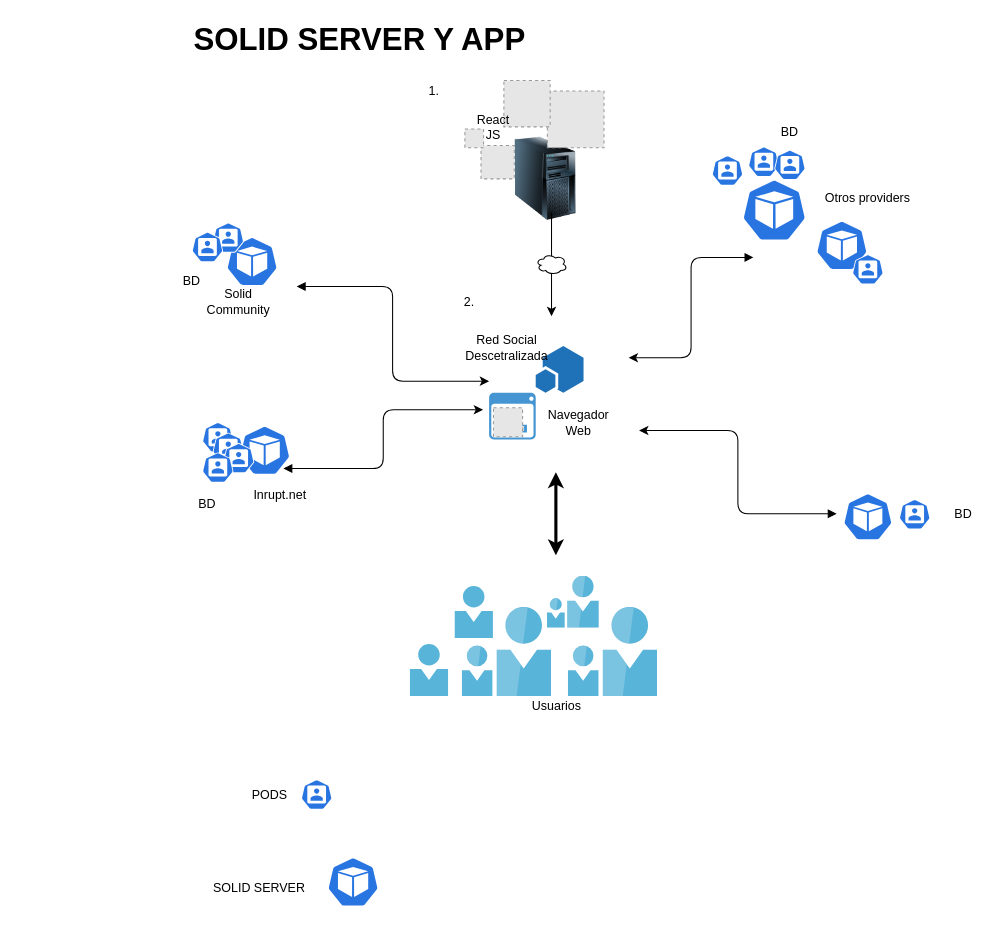
This is page "DIAGRAMA DEL PROYECTO" (1 of 5) of Docs/Untitled Diagram.drawio from MONISANCHEZ10/SOLID, a draw.io file, before an edit. Source tidied: cells renumbered, new cells numbered last; positions are measured from the earlier drawing's top-left corner, leaving out a move shared by most shapes. Both pictures are drawn from the tidied source at 104%, with x=0, y=0 at pixel (18, 18). Pictures stored in the file or linked from it are replaced by grey dashed boxes.
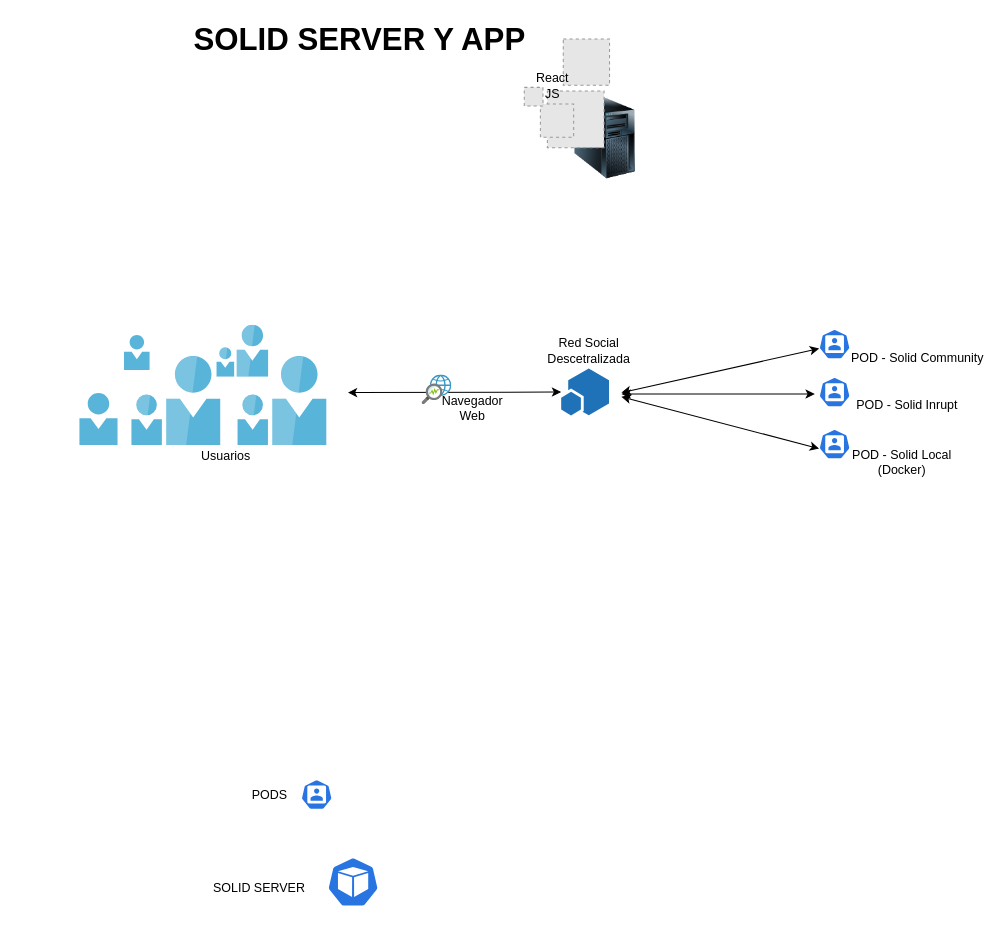
After the change.

Diff of the diagram source:
```diff
@@
-    <mxCell id="2" style="html=1;dashed=0;whitespace=wrap;fillColor=#2875E2;strokeColor=#ffffff;points=[[0.005,0.63,0],[0.1,0.2,0],[0.9,0.2,0],[0.5,0,0],[0.995,0.63,0],[0.72,0.99,0],[0.5,1,0],[0.28,0.99,0]];shape=mxgraph.kubernetes.icon;prIcon=pod;" parent="1" vertex="1">
-      <mxGeometry x="212" y="391.5" width="50" height="48" as="geometry" />
-    </mxCell>
@@
-    <mxCell id="4" style="html=1;dashed=0;whitespace=wrap;fillColor=#2875E2;strokeColor=#ffffff;shape=mxgraph.kubernetes.icon;prIcon=pod;" parent="1" vertex="1">
-      <mxGeometry x="767" y="194.5" width="50" height="48" as="geometry" />
-    </mxCell>
-    <mxCell id="5" style="html=1;dashed=0;whitespace=wrap;fillColor=#2875E2;strokeColor=#ffffff;shape=mxgraph.kubernetes.icon;prIcon=pod;" parent="1" vertex="1">
-      <mxGeometry x="-0.1" y="210" width="450" height="48" as="geometry" />
-    </mxCell>
-    <mxCell id="6" style="html=1;dashed=0;whitespace=wrap;fillColor=#2875E2;strokeColor=#ffffff;shape=mxgraph.kubernetes.icon;prIcon=pod;" parent="1" vertex="1">
-      <mxGeometry x="687" y="154.5" width="80" height="60" as="geometry" />
-    </mxCell>
-    <mxCell id="7" value="Solid Community" style="text;html=1;strokeColor=none;fillColor=none;align=center;verticalAlign=middle;whiteSpace=wrap;rounded=0;" parent="1" vertex="1">
-      <mxGeometry x="192" y="262.5" width="40" height="20" as="geometry" />
+    <mxCell id="7" value="POD - Solid Community" style="text;html=1;strokeColor=none;fillColor=none;align=center;verticalAlign=middle;whiteSpace=wrap;rounded=0;" parent="1" vertex="1">
+      <mxGeometry x="800" y="316.9" width="130" height="20" as="geometry" />
     </mxCell>
-    <mxCell id="8" value="Inrupt.net" style="text;html=1;strokeColor=none;fillColor=none;align=center;verticalAlign=middle;whiteSpace=wrap;rounded=0;" parent="1" vertex="1">
-      <mxGeometry x="232" y="448.5" width="40" height="20" as="geometry" />
-    </mxCell>
-    <mxCell id="9" value="Otros providers" style="text;html=1;strokeColor=none;fillColor=none;align=center;verticalAlign=middle;whiteSpace=wrap;rounded=0;" parent="1" vertex="1">
-      <mxGeometry x="762" y="163" width="110" height="20" as="geometry" />
-    </mxCell>
     <mxCell id="10" style="shadow=0;dashed=0;html=1;strokeColor=none;fillColor=#505050;labelPosition=center;verticalLabelPosition=bottom;verticalAlign=top;outlineConnect=0;align=center;shape=mxgraph.office.concepts.app_part;" parent="1" vertex="1">
-      <mxGeometry x="497.6" y="315.2" width="46" height="45" as="geometry" />
+      <mxGeometry x="522.1" y="336.9" width="46" height="45" as="geometry" />
     </mxCell>
     <mxCell id="11" value="Red Social Descetralizada" style="text;html=1;strokeColor=none;fillColor=none;align=center;verticalAlign=middle;whiteSpace=wrap;rounded=0;" parent="1" vertex="1">
-      <mxGeometry x="449.9" y="306.5" width="40" height="20" as="geometry" />
+      <mxGeometry x="528.6" y="309.9" width="40" height="20" as="geometry" />
     </mxCell>
-    <mxCell id="12" style="shadow=0;dashed=0;html=1;strokeColor=none;fillColor=#4495D1;labelPosition=center;verticalLabelPosition=bottom;verticalAlign=top;align=center;shape=mxgraph.veeam.2d.backup_browser;" parent="1" vertex="1">
-      <mxGeometry x="452.8" y="360.2" width="44.8" height="44.8" as="geometry" />
-    </mxCell>
     <mxCell id="13" value="Navegador Web" style="text;html=1;strokeColor=none;fillColor=none;align=center;verticalAlign=middle;whiteSpace=wrap;rounded=0;" parent="1" vertex="1">
-      <mxGeometry x="518.8" y="378.5" width="40" height="20" as="geometry" />
+      <mxGeometry x="417" y="361" width="40" height="28.5" as="geometry" />
     </mxCell>
@@
-    <mxCell id="15" style="edgeStyle=elbowEdgeStyle;elbow=horizontal;endArrow=classic;html=1;exitX=0.86;exitY=0.865;exitDx=0;exitDy=0;exitPerimeter=0;strokeWidth=1;startArrow=block;startFill=1;" parent="1" edge="1" source="2">
-      <mxGeometry relative="1" as="geometry">
-        <mxPoint x="447" y="376.5" as="targetPoint" />
-      </mxGeometry>
-    </mxCell>
-    <mxCell id="16" style="edgeStyle=elbowEdgeStyle;elbow=horizontal;endArrow=classic;html=1;exitX=0.56;exitY=0.646;exitDx=0;exitDy=0;exitPerimeter=0;strokeWidth=1;startArrow=block;startFill=1;" parent="1" edge="1">
-      <mxGeometry relative="1" as="geometry">
-        <mxPoint x="267.8" y="258" as="sourcePoint" />
-        <mxPoint x="452.8" y="349" as="targetPoint" />
-      </mxGeometry>
-    </mxCell>
-    <mxCell id="17" style="edgeStyle=elbowEdgeStyle;elbow=horizontal;endArrow=classic;html=1;strokeWidth=1;startArrow=block;startFill=1;" parent="1" edge="1">
-      <mxGeometry relative="1" as="geometry">
-        <mxPoint x="707" y="230" as="sourcePoint" />
-        <mxPoint x="587" y="326.5" as="targetPoint" />
-      </mxGeometry>
-    </mxCell>
-    <mxCell id="18" style="edgeStyle=elbowEdgeStyle;elbow=horizontal;endArrow=classic;html=1;strokeWidth=1;startArrow=block;startFill=1;" parent="1" edge="1">
-      <mxGeometry relative="1" as="geometry">
-        <mxPoint x="787" y="476.5" as="sourcePoint" />
-        <mxPoint x="597" y="396.5" as="targetPoint" />
-      </mxGeometry>
-    </mxCell>
     <mxCell id="19" style="html=1;align=center;image;fontSize=12;image=img/lib/mscae/Two_User_Icon.svg;" parent="1" vertex="1">
-      <mxGeometry x="508.8" y="536.5" width="50" height="50" as="geometry" />
+      <mxGeometry x="191" y="295.2" width="50" height="50" as="geometry" />
     </mxCell>
     <mxCell id="20" style="html=1;align=center;image;fontSize=12;image=img/lib/mscae/Two_User_Icon.svg;" parent="1" vertex="1">
-      <mxGeometry x="427" y="566.5" width="85.8" height="85.8" as="geometry" />
+      <mxGeometry x="109.2" y="325.2" width="85.8" height="85.8" as="geometry" />
     </mxCell>
     <mxCell id="21" style="html=1;align=center;image;fontSize=12;image=img/lib/mscae/Two_User_Icon.svg;" parent="1" vertex="1">
-      <mxGeometry x="529" y="566.5" width="85.8" height="85.8" as="geometry" />
+      <mxGeometry x="211.2" y="325.2" width="85.8" height="85.8" as="geometry" />
     </mxCell>
     <mxCell id="22" style="html=1;align=center;image;fontSize=12;image=img/lib/mscae/Person.svg;" parent="1" vertex="1">
-      <mxGeometry x="377" y="602.3" width="37" height="50" as="geometry" />
+      <mxGeometry x="59.2" y="361" width="37" height="50" as="geometry" />
     </mxCell>
     <mxCell id="23" style="html=1;align=center;image;fontSize=12;image=img/lib/mscae/Person.svg;" parent="1" vertex="1">
-      <mxGeometry x="420" y="546.5" width="37" height="50" as="geometry" />
+      <mxGeometry x="102.2" y="305.2" width="24.8" height="33.5" as="geometry" />
     </mxCell>
     <mxCell id="24" style="image;html=1;image=img/lib/clip_art/computers/Server_Tower_128x128.png;" parent="1" vertex="1">
-      <mxGeometry x="467" y="114.5" width="80" height="80" as="geometry" />
+      <mxGeometry x="524.1" y="74.5" width="80" height="80" as="geometry" />
     </mxCell>
-    <mxCell id="25" style="endArrow=classic;html=1;strokeWidth=1;" parent="1" edge="1">
-      <mxGeometry relative="1" as="geometry">
-        <mxPoint x="512.8" y="186.5" as="sourcePoint" />
-        <mxPoint x="512.8" y="286.5" as="targetPoint" />
-      </mxGeometry>
-    </mxCell>
-    <mxCell id="26" style="shape=cloud;html=1;" parent="25" vertex="1">
-      <mxGeometry width="30" height="20" relative="1" as="geometry">
-        <mxPoint x="-15" y="-10" as="offset" />
-      </mxGeometry>
-    </mxCell>
-    <mxCell id="27" style="endArrow=classic;startArrow=classic;html=1;strokeWidth=3;" parent="1" edge="1">
-      <mxGeometry relative="1" as="geometry">
-        <mxPoint x="517" y="516.5" as="sourcePoint" />
-        <mxPoint x="517" y="436.5" as="targetPoint" />
-      </mxGeometry>
-    </mxCell>
     <mxCell id="28" value="Usuarios" style="text;html=1;strokeColor=none;fillColor=none;align=center;verticalAlign=middle;whiteSpace=wrap;rounded=0;" parent="1" vertex="1">
-      <mxGeometry x="497.6" y="652.3" width="40" height="20" as="geometry" />
+      <mxGeometry x="179.8" y="411" width="40" height="20" as="geometry" />
     </mxCell>
-    <mxCell id="29" style="html=1;dashed=0;whitespace=wrap;fillColor=#2875E2;strokeColor=#ffffff;shape=mxgraph.kubernetes.icon;prIcon=user;" parent="1" vertex="1">
-      <mxGeometry x="177" y="386.5" width="30" height="33" as="geometry" />
-    </mxCell>
-    <mxCell id="30" style="html=1;dashed=0;whitespace=wrap;fillColor=#2875E2;strokeColor=#ffffff;shape=mxgraph.kubernetes.icon;prIcon=user;" parent="1" vertex="1">
-      <mxGeometry x="187" y="396.5" width="30" height="33" as="geometry" />
-    </mxCell>
     <mxCell id="31" style="html=1;dashed=0;whitespace=wrap;fillColor=#2875E2;strokeColor=#ffffff;points=[[0.005,0.63,0],[0.1,0.2,0],[0.9,0.2,0],[0.5,0,0],[0.995,0.63,0],[0.72,0.99,0],[0.5,1,0],[0.28,0.99,0]];shape=mxgraph.kubernetes.icon;prIcon=user;" parent="1" vertex="1">
-      <mxGeometry x="197" y="406.5" width="30" height="33" as="geometry" />
+      <mxGeometry x="770" y="296.9" width="30" height="33" as="geometry" />
     </mxCell>
-    <mxCell id="32" style="html=1;dashed=0;whitespace=wrap;fillColor=#2875E2;strokeColor=#ffffff;shape=mxgraph.kubernetes.icon;prIcon=user;" parent="1" vertex="1">
-      <mxGeometry x="177" y="415.5" width="30" height="33" as="geometry" />
-    </mxCell>
-    <mxCell id="33" style="html=1;dashed=0;whitespace=wrap;fillColor=#2875E2;strokeColor=#ffffff;shape=mxgraph.kubernetes.icon;prIcon=user;" parent="1" vertex="1">
-      <mxGeometry x="187" y="194.5" width="30" height="33" as="geometry" />
-    </mxCell>
-    <mxCell id="34" style="html=1;dashed=0;whitespace=wrap;fillColor=#2875E2;strokeColor=#ffffff;shape=mxgraph.kubernetes.icon;prIcon=user;" parent="1" vertex="1">
-      <mxGeometry x="167" y="203.5" width="30" height="33" as="geometry" />
-    </mxCell>
-    <mxCell id="35" style="html=1;dashed=0;whitespace=wrap;fillColor=#2875E2;strokeColor=#ffffff;shape=mxgraph.kubernetes.icon;prIcon=user;" parent="1" vertex="1">
-      <mxGeometry x="702" y="121.5" width="30" height="33" as="geometry" />
-    </mxCell>
-    <mxCell id="36" style="html=1;dashed=0;whitespace=wrap;fillColor=#2875E2;strokeColor=#ffffff;shape=mxgraph.kubernetes.icon;prIcon=user;" parent="1" vertex="1">
-      <mxGeometry x="727" y="124.5" width="30" height="33" as="geometry" />
-    </mxCell>
-    <mxCell id="37" style="html=1;dashed=0;whitespace=wrap;fillColor=#2875E2;strokeColor=#ffffff;shape=mxgraph.kubernetes.icon;prIcon=user;" parent="1" vertex="1">
-      <mxGeometry x="667" y="130" width="30" height="33" as="geometry" />
-    </mxCell>
     <mxCell id="38" style="html=1;dashed=0;whitespace=wrap;fillColor=#2875E2;strokeColor=#ffffff;shape=mxgraph.kubernetes.icon;prIcon=user;" parent="1" vertex="1">
-      <mxGeometry x="802" y="225" width="30" height="33" as="geometry" />
+      <mxGeometry x="770" y="343.1" width="30" height="33" as="geometry" />
     </mxCell>
@@
     <mxCell id="42" style="fillColor=#E6E6E6;strokeColor=#999999;dashed=1;html=1;verticalAlign=top;verticalLabelPosition=bottom;labelBackgroundColor=#ffffff;" parent="1" vertex="1">
-      <mxGeometry x="467" y="60" width="44.5" height="44.5" as="geometry" />
+      <mxGeometry x="524.1" y="20" width="44.5" height="44.5" as="geometry" />
     </mxCell>
     <mxCell id="43" value="React JS" style="text;html=1;strokeColor=none;fillColor=none;align=center;verticalAlign=middle;whiteSpace=wrap;rounded=0;" parent="1" vertex="1">
-      <mxGeometry x="437" y="94.5" width="40" height="20" as="geometry" />
+      <mxGeometry x="494.1" y="54.5" width="40" height="20" as="geometry" />
     </mxCell>
     <mxCell id="44" style="fillColor=#E6E6E6;strokeColor=#999999;dashed=1;html=1;verticalAlign=top;verticalLabelPosition=bottom;labelBackgroundColor=#ffffff;" parent="1" vertex="1">
-      <mxGeometry x="445" y="122.5" width="32" height="32" as="geometry" />
+      <mxGeometry x="502.1" y="82.5" width="32" height="32" as="geometry" />
     </mxCell>
     <mxCell id="45" style="fillColor=#E6E6E6;strokeColor=#999999;dashed=1;html=1;verticalAlign=top;verticalLabelPosition=bottom;labelBackgroundColor=#ffffff;" parent="1" vertex="1">
-      <mxGeometry x="429.5" y="106.5" width="18" height="18" as="geometry" />
+      <mxGeometry x="486.6" y="66.5" width="18" height="18" as="geometry" />
     </mxCell>
@@
-    <mxCell id="47" style="fillColor=#E6E6E6;strokeColor=#999999;dashed=1;html=1;verticalAlign=top;verticalLabelPosition=bottom;labelBackgroundColor=#ffffff;" parent="1" vertex="1">
-      <mxGeometry x="457" y="374.5" width="28" height="28" as="geometry" />
-    </mxCell>
-    <mxCell id="48" value="BD" style="text;html=1;strokeColor=none;fillColor=none;align=center;verticalAlign=middle;whiteSpace=wrap;rounded=0;" parent="1" vertex="1">
-      <mxGeometry x="162" y="456.5" width="40" height="20" as="geometry" />
-    </mxCell>
-    <mxCell id="49" value="BD" style="text;html=1;strokeColor=none;fillColor=none;align=center;verticalAlign=middle;whiteSpace=wrap;rounded=0;" parent="1" vertex="1">
-      <mxGeometry x="147" y="242.5" width="40" height="20" as="geometry" />
-    </mxCell>
-    <mxCell id="50" value="BD" style="text;html=1;strokeColor=none;fillColor=none;align=center;verticalAlign=middle;whiteSpace=wrap;rounded=0;" parent="1" vertex="1">
-      <mxGeometry x="722" y="100" width="40" height="20" as="geometry" />
-    </mxCell>
-    <mxCell id="51" value="BD" style="text;html=1;strokeColor=none;fillColor=none;align=center;verticalAlign=middle;whiteSpace=wrap;rounded=0;" parent="1" vertex="1">
-      <mxGeometry x="889.2" y="467" width="40" height="20" as="geometry" />
-    </mxCell>
-    <mxCell id="52" style="html=1;dashed=0;whitespace=wrap;fillColor=#2875E2;strokeColor=#ffffff;shape=mxgraph.kubernetes.icon;prIcon=pod;" parent="1" vertex="1">
-      <mxGeometry x="777" y="456.5" width="80" height="46" as="geometry" />
-    </mxCell>
     <mxCell id="53" style="html=1;dashed=0;whitespace=wrap;fillColor=#2875E2;strokeColor=#ffffff;points=[[0.005,0.63,0],[0.1,0.2,0],[0.9,0.2,0],[0.5,0,0],[0.995,0.63,0],[0.72,0.99,0],[0.5,1,0],[0.28,0.99,0]];shape=mxgraph.kubernetes.icon;prIcon=user;" parent="1" vertex="1">
-      <mxGeometry x="847" y="460.5" width="30" height="33" as="geometry" />
+      <mxGeometry x="770" y="393.1" width="30" height="33" as="geometry" />
     </mxCell>
-    <mxCell id="54" value="1." style="text;html=1;strokeColor=none;fillColor=none;align=center;verticalAlign=middle;whiteSpace=wrap;rounded=0;" parent="1" vertex="1">
-      <mxGeometry x="380" y="60" width="40" height="20" as="geometry" />
-    </mxCell>
-    <mxCell id="55" value="2." style="text;html=1;strokeColor=none;fillColor=none;align=center;verticalAlign=middle;whiteSpace=wrap;rounded=0;" parent="1" vertex="1">
-      <mxGeometry x="414" y="262.5" width="40" height="20" as="geometry" />
-    </mxCell>
+    <mxCell id="56" value="POD - Solid Inrupt" style="text;html=1;strokeColor=none;fillColor=none;align=center;verticalAlign=middle;whiteSpace=wrap;rounded=0;" parent="1" vertex="1">
+      <mxGeometry x="800" y="359.6" width="110" height="24" as="geometry" />
+    </mxCell>
+    <mxCell id="57" value="POD - Solid Local (Docker)" style="text;html=1;strokeColor=none;fillColor=none;align=center;verticalAlign=middle;whiteSpace=wrap;rounded=0;" parent="1" vertex="1">
+      <mxGeometry x="790" y="415.4" width="120" height="24" as="geometry" />
+    </mxCell>
+    <mxCell id="58" style="endArrow=classic;startArrow=classic;html=1;" parent="1" edge="1" target="10">
+      <mxGeometry relative="1" as="geometry">
+        <mxPoint x="317" y="360" as="sourcePoint" />
+      </mxGeometry>
+    </mxCell>
+    <mxCell id="59" style="endArrow=classic;startArrow=classic;html=1;entryX=0.005;entryY=0.63;entryDx=0;entryDy=0;entryPerimeter=0;" parent="1" edge="1" target="31">
+      <mxGeometry relative="1" as="geometry">
+        <mxPoint x="580" y="360" as="sourcePoint" />
+      </mxGeometry>
+    </mxCell>
+    <mxCell id="60" style="endArrow=classic;startArrow=classic;html=1;" parent="1" edge="1">
+      <mxGeometry relative="1" as="geometry">
+        <mxPoint x="580" y="361.4" as="sourcePoint" />
+        <mxPoint x="766" y="361.4" as="targetPoint" />
+      </mxGeometry>
+    </mxCell>
+    <mxCell id="61" style="endArrow=classic;startArrow=classic;html=1;entryX=0.005;entryY=0.63;entryDx=0;entryDy=0;entryPerimeter=0;" parent="1" edge="1" target="53">
+      <mxGeometry relative="1" as="geometry">
+        <mxPoint x="580" y="364" as="sourcePoint" />
+      </mxGeometry>
+    </mxCell>
+    <mxCell id="62" style="html=1;align=center;image;fontSize=12;image=img/lib/mscae/Network_watcher.svg;" parent="1" vertex="1">
+      <mxGeometry x="388.3" y="343.1" width="28.7" height="28.7" as="geometry" />
+    </mxCell>
```
